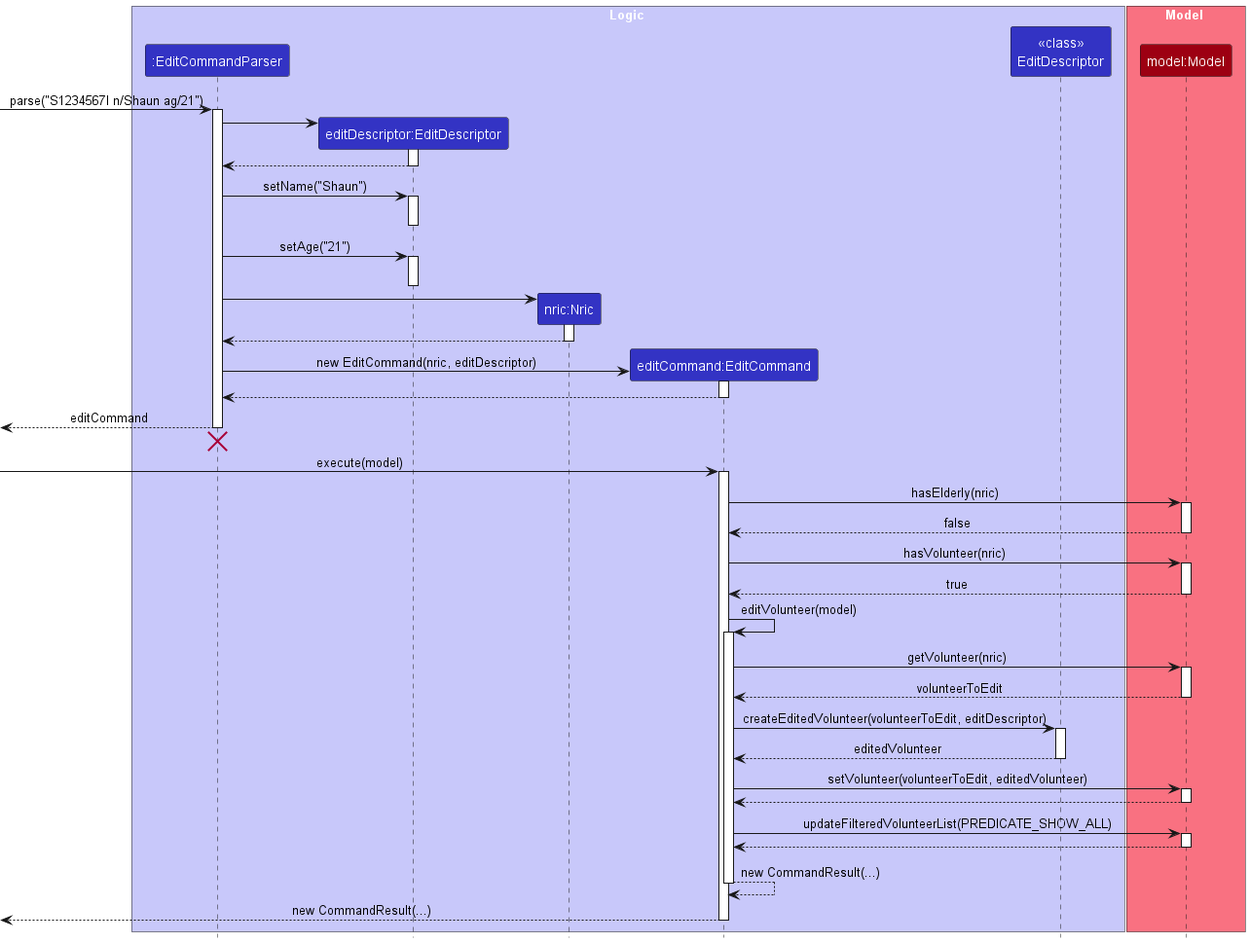
Before: docs/images/developerGuide/EditSequenceDiagram.png, a diagram exported from PlantUML (nus-cs2103-AY2223S2/tp).
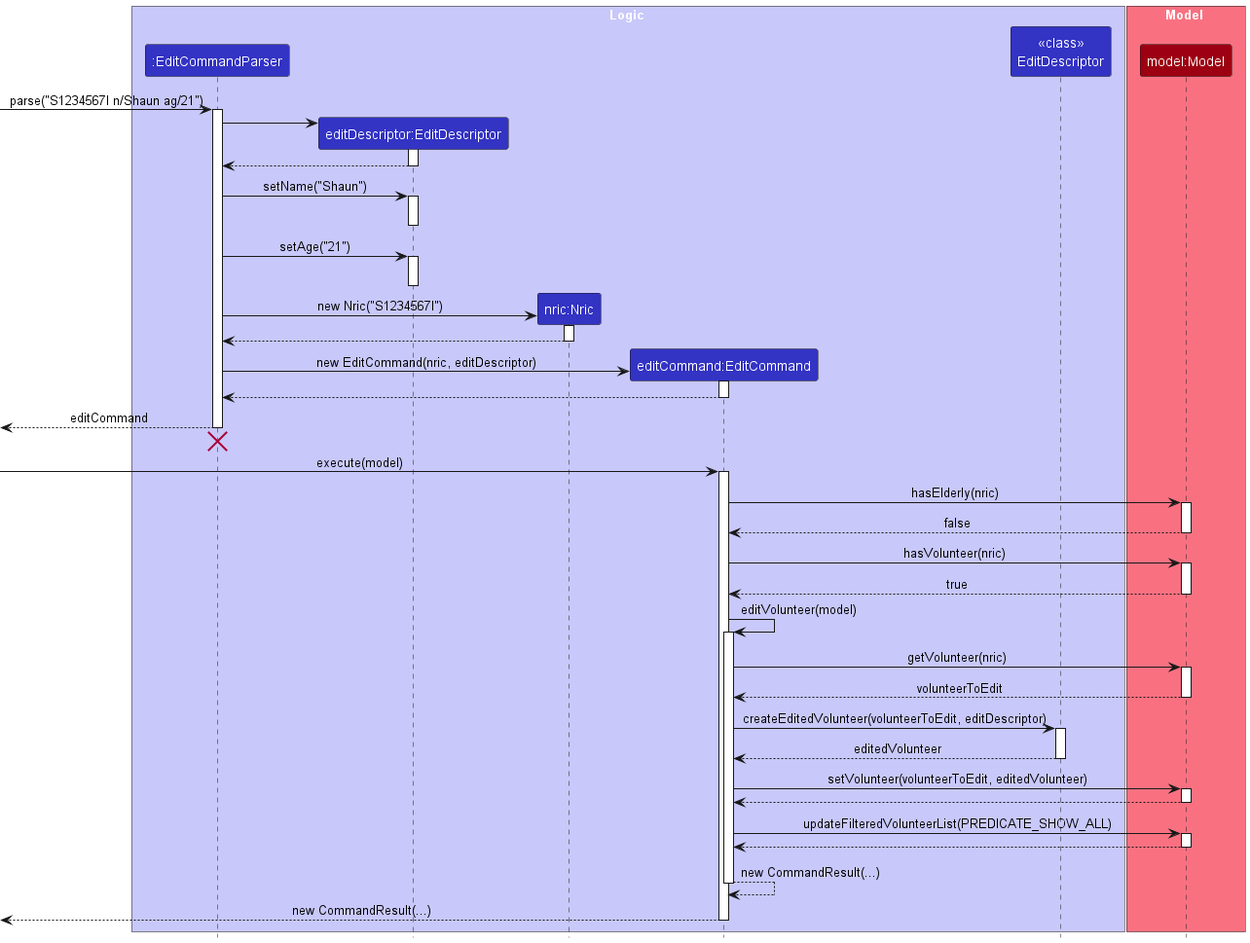
Later version of the same file.

Commit message:
Update sequence diagram

Diff of the diagram source:
```diff
@@ -31,7 +31,7 @@
 deactivate EditDescriptor
 
 create Nric
-EditCommandParser -> Nric
+EditCommandParser -> Nric : new Nric("S1234567I")
 activate Nric
 Nric --> EditCommandParser
 deactivate Nric
```
